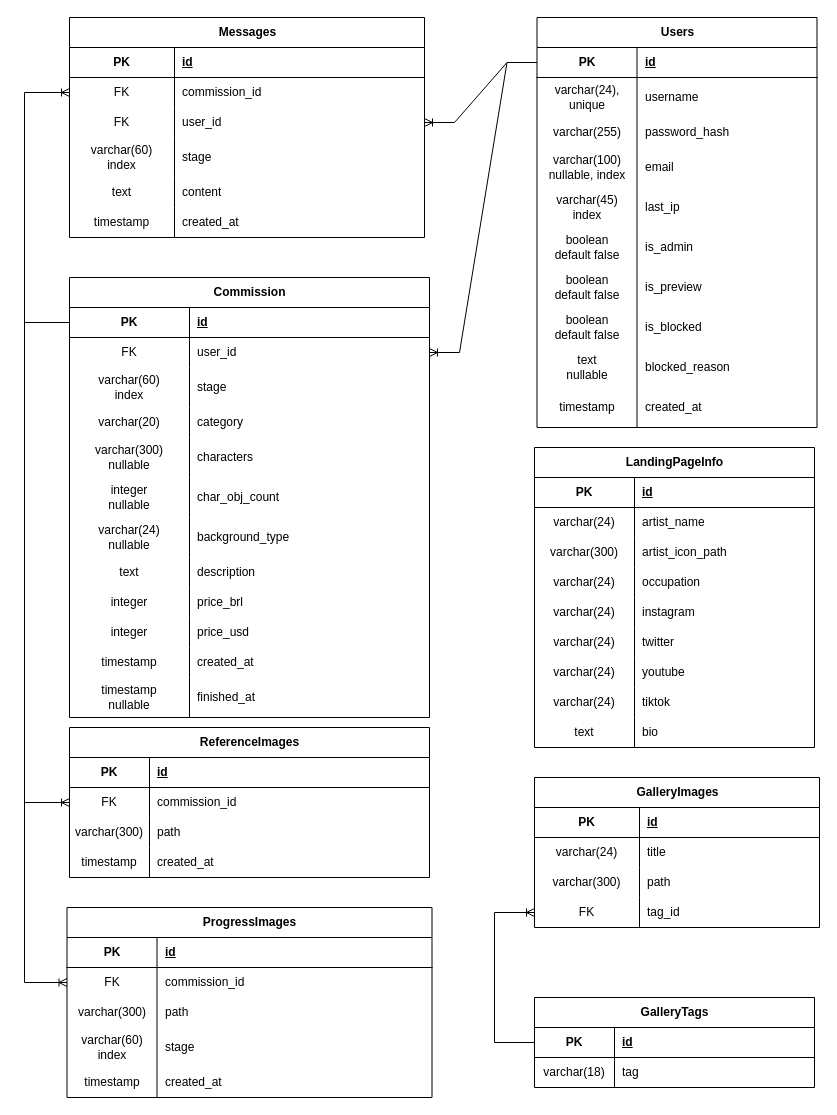
The draw.io diagram docs/diagramas/OAtelierER.drawio in nemesis-noctis/o-atelier, before the edit. Source tidied: cells renumbered, new cells numbered last; positions are measured from the earlier drawing's top-left corner, leaving out a move shared by most shapes. Both pictures are drawn from the tidied source at 100%, with x=0, y=0 at pixel (24, 17).
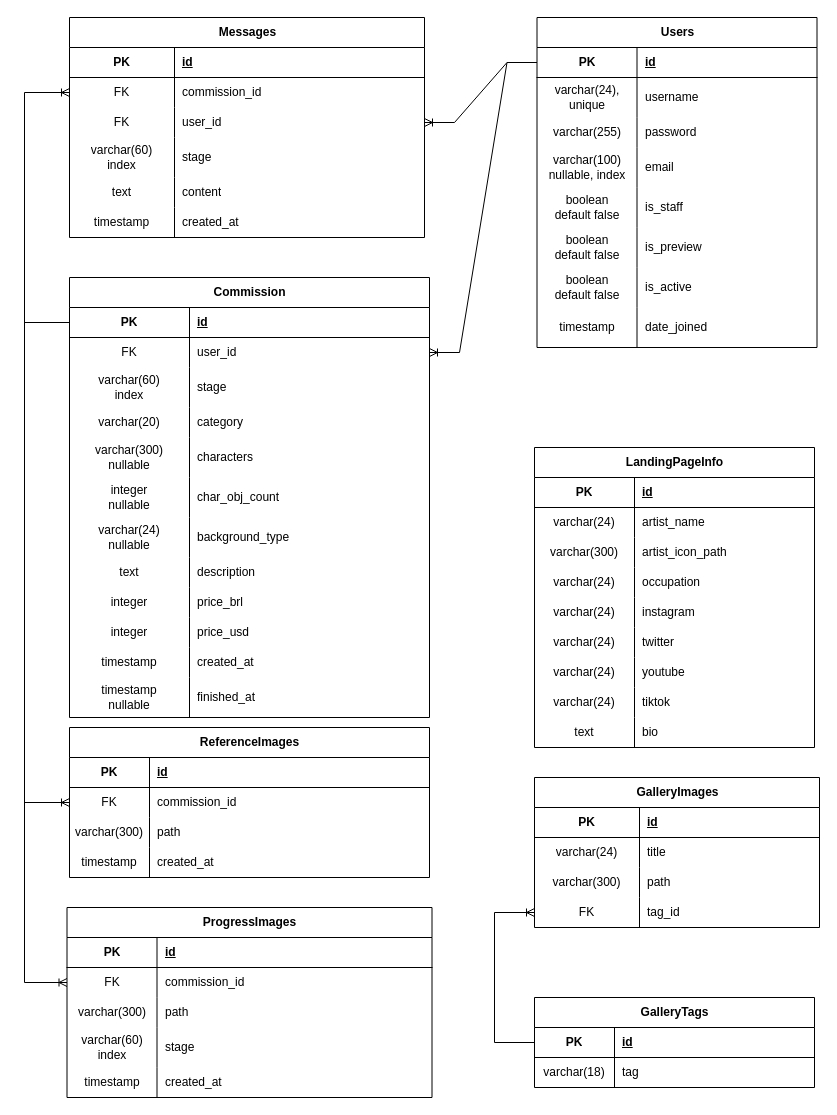
The same diagram, later.

The change refers to these unchanged cells:
```xml
<mxCell id="37" style="shape=tableRow;horizontal=0;startSize=0;swimlaneHead=0;swimlaneBody=0;fillColor=none;top=0;left=0;right=0;bottom=0;" parent="30" vertex="1">
  <mxGeometry y="100" width="280" height="30" as="geometry" />
</mxCell>
```

Change to the diagram source:
```diff
@@
     <mxCell id="30" value="Users" style="shape=table;startSize=30;childLayout=tableLayout;rowLines=0;fontStyle=1;align=center;html=1;" parent="1" vertex="1">
-      <mxGeometry x="512.5" width="280" height="410" as="geometry" />
+      <mxGeometry x="512.5" width="280" height="330" as="geometry" />
     </mxCell>
@@
-    <mxCell id="39" value="password_hash" style="shape=partialRectangle;fillColor=none;top=0;left=0;bottom=0;right=0;align=left;spacingLeft=6;overflow=hidden;whiteSpace=wrap;html=1;" parent="37" vertex="1">
+    <mxCell id="39" value="password" style="shape=partialRectangle;fillColor=none;top=0;left=0;bottom=0;right=0;align=left;spacingLeft=6;overflow=hidden;whiteSpace=wrap;html=1;" parent="37" vertex="1">
       <mxGeometry x="100" width="180" height="30" as="geometry" />
     </mxCell>
@@
-    <mxCell id="43" style="shape=tableRow;horizontal=0;startSize=0;swimlaneHead=0;swimlaneBody=0;fillColor=none;top=0;left=0;right=0;bottom=0;" parent="30" vertex="1">
-      <mxGeometry y="170" width="280" height="40" as="geometry" />
-    </mxCell>
-    <mxCell id="44" value="varchar(45)&lt;div&gt;index&lt;/div&gt;" style="shape=partialRectangle;fillColor=none;top=0;left=0;bottom=0;right=0;overflow=hidden;whiteSpace=wrap;html=1;" parent="43" vertex="1">
-      <mxGeometry width="100" height="40" as="geometry" />
-    </mxCell>
-    <mxCell id="45" value="last_ip" style="shape=partialRectangle;fillColor=none;top=0;left=0;bottom=0;right=0;align=left;spacingLeft=6;overflow=hidden;whiteSpace=wrap;html=1;" parent="43" vertex="1">
-      <mxGeometry x="100" width="180" height="40" as="geometry" />
-    </mxCell>
     <mxCell id="46" style="shape=tableRow;horizontal=0;startSize=0;swimlaneHead=0;swimlaneBody=0;fillColor=none;top=0;left=0;right=0;bottom=0;" parent="30" vertex="1">
-      <mxGeometry y="210" width="280" height="40" as="geometry" />
+      <mxGeometry y="170" width="280" height="40" as="geometry" />
     </mxCell>
@@
-    <mxCell id="48" value="is_admin" style="shape=partialRectangle;fillColor=none;top=0;left=0;bottom=0;right=0;align=left;spacingLeft=6;overflow=hidden;whiteSpace=wrap;html=1;" parent="46" vertex="1">
+    <mxCell id="48" value="is_staff" style="shape=partialRectangle;fillColor=none;top=0;left=0;bottom=0;right=0;align=left;spacingLeft=6;overflow=hidden;whiteSpace=wrap;html=1;" parent="46" vertex="1">
       <mxGeometry x="100" width="180" height="40" as="geometry" />
     </mxCell>
     <mxCell id="49" style="shape=tableRow;horizontal=0;startSize=0;swimlaneHead=0;swimlaneBody=0;fillColor=none;top=0;left=0;right=0;bottom=0;" parent="30" vertex="1">
-      <mxGeometry y="250" width="280" height="40" as="geometry" />
+      <mxGeometry y="210" width="280" height="40" as="geometry" />
     </mxCell>
@@
     <mxCell id="52" style="shape=tableRow;horizontal=0;startSize=0;swimlaneHead=0;swimlaneBody=0;fillColor=none;top=0;left=0;right=0;bottom=0;" parent="30" vertex="1">
-      <mxGeometry y="290" width="280" height="40" as="geometry" />
+      <mxGeometry y="250" width="280" height="40" as="geometry" />
     </mxCell>
@@
-    <mxCell id="54" value="is_blocked" style="shape=partialRectangle;fillColor=none;top=0;left=0;bottom=0;right=0;align=left;spacingLeft=6;overflow=hidden;whiteSpace=wrap;html=1;" parent="52" vertex="1">
+    <mxCell id="54" value="is_active" style="shape=partialRectangle;fillColor=none;top=0;left=0;bottom=0;right=0;align=left;spacingLeft=6;overflow=hidden;whiteSpace=wrap;html=1;" parent="52" vertex="1">
       <mxGeometry x="100" width="180" height="40" as="geometry" />
     </mxCell>
-    <mxCell id="55" style="shape=tableRow;horizontal=0;startSize=0;swimlaneHead=0;swimlaneBody=0;fillColor=none;top=0;left=0;right=0;bottom=0;" parent="30" vertex="1">
-      <mxGeometry y="330" width="280" height="40" as="geometry" />
-    </mxCell>
-    <mxCell id="56" value="text&lt;div&gt;nullable&lt;/div&gt;" style="shape=partialRectangle;fillColor=none;top=0;left=0;bottom=0;right=0;overflow=hidden;whiteSpace=wrap;html=1;" parent="55" vertex="1">
-      <mxGeometry width="100" height="40" as="geometry" />
-    </mxCell>
-    <mxCell id="57" value="blocked_reason" style="shape=partialRectangle;fillColor=none;top=0;left=0;bottom=0;right=0;align=left;spacingLeft=6;overflow=hidden;whiteSpace=wrap;html=1;" parent="55" vertex="1">
-      <mxGeometry x="100" width="180" height="40" as="geometry" />
-    </mxCell>
     <mxCell id="58" style="shape=tableRow;horizontal=0;startSize=0;swimlaneHead=0;swimlaneBody=0;fillColor=none;top=0;left=0;right=0;bottom=0;" parent="30" vertex="1">
-      <mxGeometry y="370" width="280" height="40" as="geometry" />
+      <mxGeometry y="290" width="280" height="40" as="geometry" />
     </mxCell>
@@
-    <mxCell id="60" value="created_at" style="shape=partialRectangle;fillColor=none;top=0;left=0;bottom=0;right=0;align=left;spacingLeft=6;overflow=hidden;whiteSpace=wrap;html=1;" parent="58" vertex="1">
+    <mxCell id="60" value="date_joined" style="shape=partialRectangle;fillColor=none;top=0;left=0;bottom=0;right=0;align=left;spacingLeft=6;overflow=hidden;whiteSpace=wrap;html=1;" parent="58" vertex="1">
       <mxGeometry x="100" width="180" height="40" as="geometry" />
     </mxCell>
```
